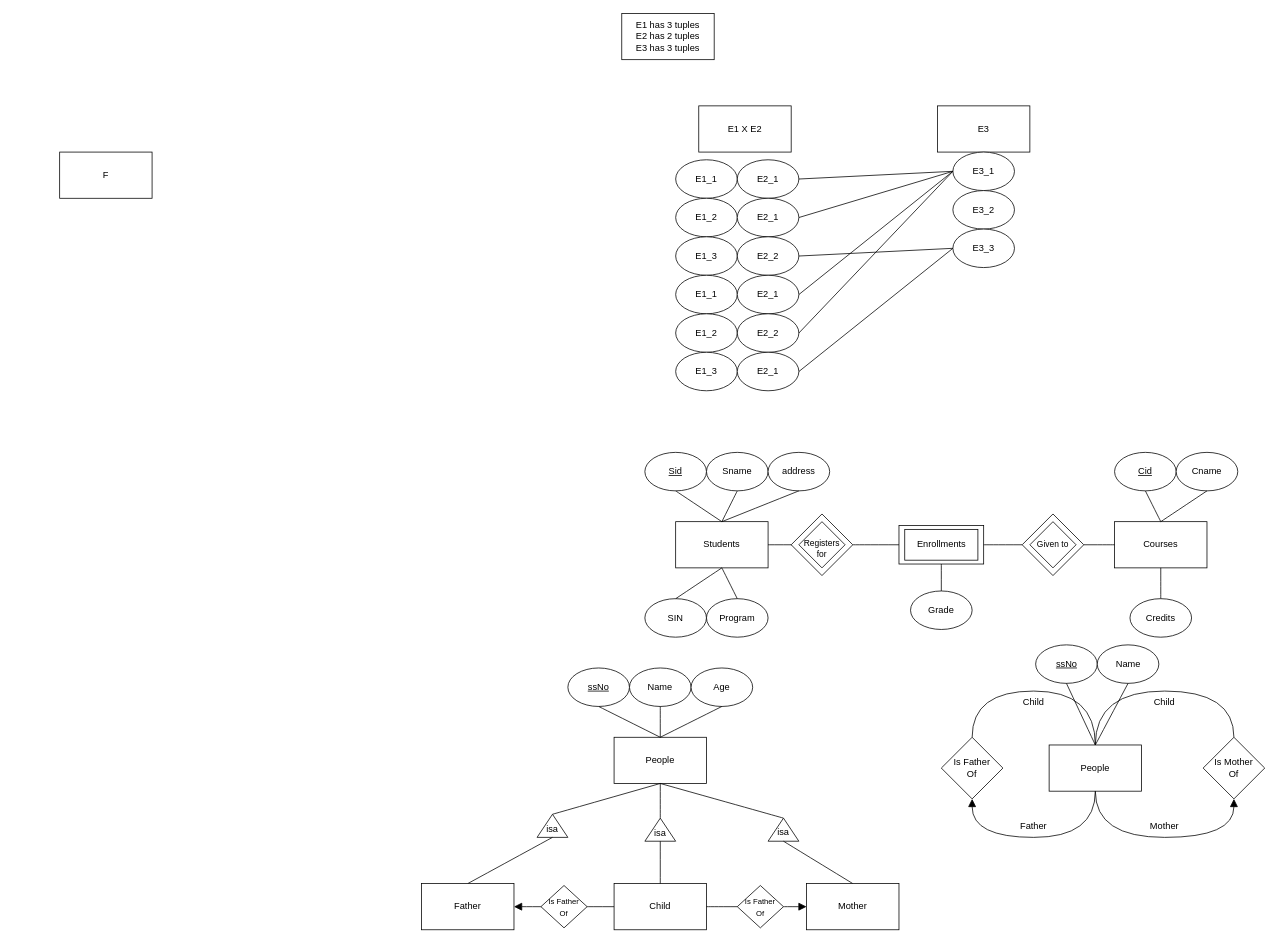
Above: Temp.drawio in critschris/COMP353 (draw.io), before the change. Source tidied: cells renumbered, new cells numbered last; positions are measured from the earlier drawing's top-left corner, leaving out a move shared by most shapes. Both pictures are drawn from the tidied source at 77%, with x=0, y=0 at pixel (59, 13).
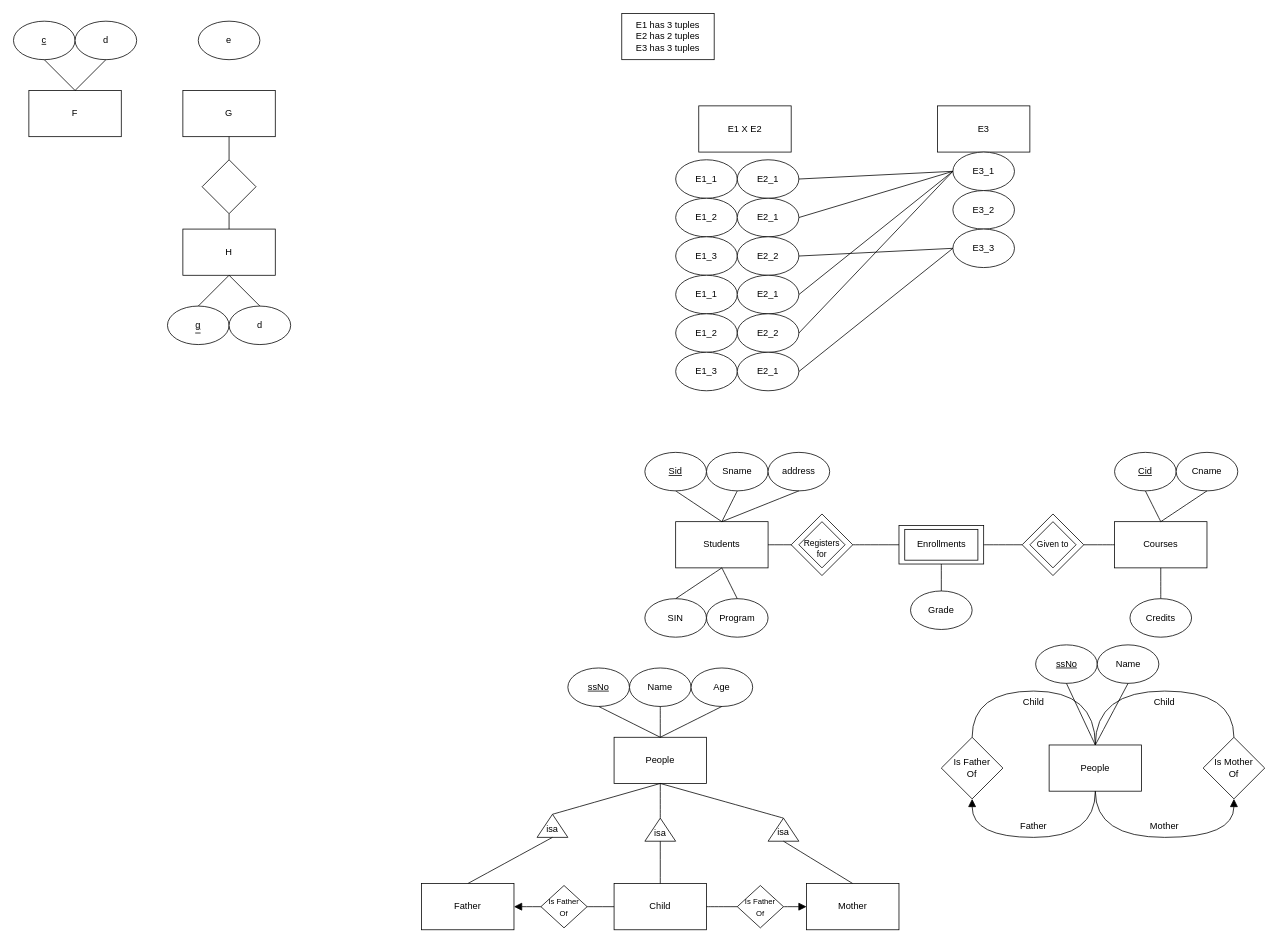
Above is the later version.

Change to the diagram source:
```diff
@@
     <mxCell id="102" value="F" style="rounded=0;whiteSpace=wrap;html=1;" parent="1" vertex="1">
-      <mxGeometry y="180" width="120" height="60" as="geometry" />
+      <mxGeometry x="-40" y="100" width="120" height="60" as="geometry" />
     </mxCell>
+    <mxCell id="103" value="&lt;u&gt;c&lt;/u&gt;" style="ellipse;whiteSpace=wrap;html=1;" parent="1" vertex="1">
+      <mxGeometry x="-60" y="10" width="80" height="50" as="geometry" />
+    </mxCell>
+    <mxCell id="104" value="d" style="ellipse;whiteSpace=wrap;html=1;" parent="1" vertex="1">
+      <mxGeometry x="20" y="10" width="80" height="50" as="geometry" />
+    </mxCell>
+    <mxCell id="105" style="endArrow=none;html=1;rounded=0;exitX=0.5;exitY=0;exitDx=0;exitDy=0;entryX=0.5;entryY=1;entryDx=0;entryDy=0;" parent="1" edge="1" source="102" target="103">
+      <mxGeometry relative="1" as="geometry" />
+    </mxCell>
+    <mxCell id="106" style="endArrow=none;html=1;rounded=0;exitX=0.5;exitY=1;exitDx=0;exitDy=0;entryX=0.5;entryY=0;entryDx=0;entryDy=0;" parent="1" edge="1" source="104" target="102">
+      <mxGeometry relative="1" as="geometry" />
+    </mxCell>
+    <mxCell id="107" value="G" style="rounded=0;whiteSpace=wrap;html=1;" parent="1" vertex="1">
+      <mxGeometry x="160" y="100" width="120" height="60" as="geometry" />
+    </mxCell>
+    <mxCell id="108" value="e" style="ellipse;whiteSpace=wrap;html=1;" parent="1" vertex="1">
+      <mxGeometry x="180" y="10" width="80" height="50" as="geometry" />
+    </mxCell>
+    <mxCell id="109" value="H" style="rounded=0;whiteSpace=wrap;html=1;" parent="1" vertex="1">
+      <mxGeometry x="160" y="280" width="120" height="60" as="geometry" />
+    </mxCell>
+    <mxCell id="110" value="&lt;u&gt;g&lt;/u&gt;" style="ellipse;whiteSpace=wrap;html=1;" parent="1" vertex="1">
+      <mxGeometry x="140" y="380" width="80" height="50" as="geometry" />
+    </mxCell>
+    <mxCell id="111" value="d" style="ellipse;whiteSpace=wrap;html=1;" parent="1" vertex="1">
+      <mxGeometry x="220" y="380" width="80" height="50" as="geometry" />
+    </mxCell>
+    <mxCell id="112" style="endArrow=none;html=1;rounded=0;" parent="1" edge="1">
+      <mxGeometry relative="1" as="geometry">
+        <mxPoint x="176" y="415" as="sourcePoint" />
+        <mxPoint x="183" y="415" as="targetPoint" />
+      </mxGeometry>
+    </mxCell>
+    <mxCell id="113" style="endArrow=none;html=1;rounded=0;exitX=0.5;exitY=1;exitDx=0;exitDy=0;entryX=0.5;entryY=0;entryDx=0;entryDy=0;" parent="1" edge="1" source="109" target="110">
+      <mxGeometry relative="1" as="geometry" />
+    </mxCell>
+    <mxCell id="114" style="endArrow=none;html=1;rounded=0;exitX=0.5;exitY=1;exitDx=0;exitDy=0;entryX=0.5;entryY=0;entryDx=0;entryDy=0;" parent="1" edge="1" source="109" target="111">
+      <mxGeometry relative="1" as="geometry" />
+    </mxCell>
+    <mxCell id="115" style="rhombus;whiteSpace=wrap;html=1;" parent="1" vertex="1">
+      <mxGeometry x="185" y="190" width="70" height="70" as="geometry" />
+    </mxCell>
+    <mxCell id="116" style="endArrow=none;html=1;rounded=0;entryX=0.5;entryY=1;entryDx=0;entryDy=0;exitX=0.5;exitY=0;exitDx=0;exitDy=0;" parent="1" edge="1" source="115" target="107">
+      <mxGeometry relative="1" as="geometry" />
+    </mxCell>
+    <mxCell id="117" style="endArrow=none;html=1;rounded=0;entryX=0.5;entryY=1;entryDx=0;entryDy=0;exitX=0.5;exitY=0;exitDx=0;exitDy=0;" parent="1" edge="1" source="109" target="115">
+      <mxGeometry relative="1" as="geometry" />
+    </mxCell>
```
